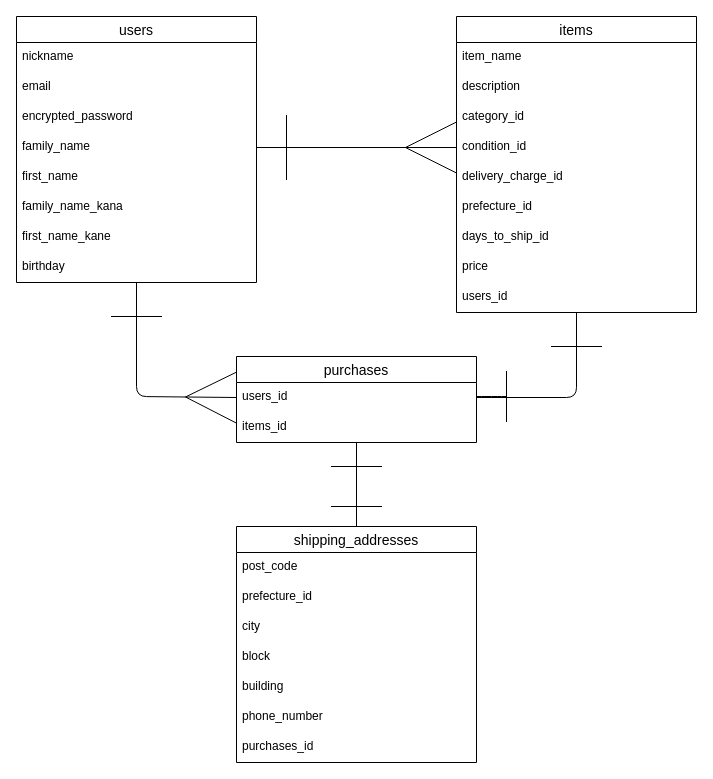
Above: furima.dio in shuichis929/furima-38456 (draw.io), before the change. Source tidied: cells renumbered, new cells numbered last; positions are measured from the earlier drawing's top-left corner, leaving out a move shared by most shapes. Both pictures are drawn from the tidied source at 100%, with x=0, y=0 at pixel (16, 16).
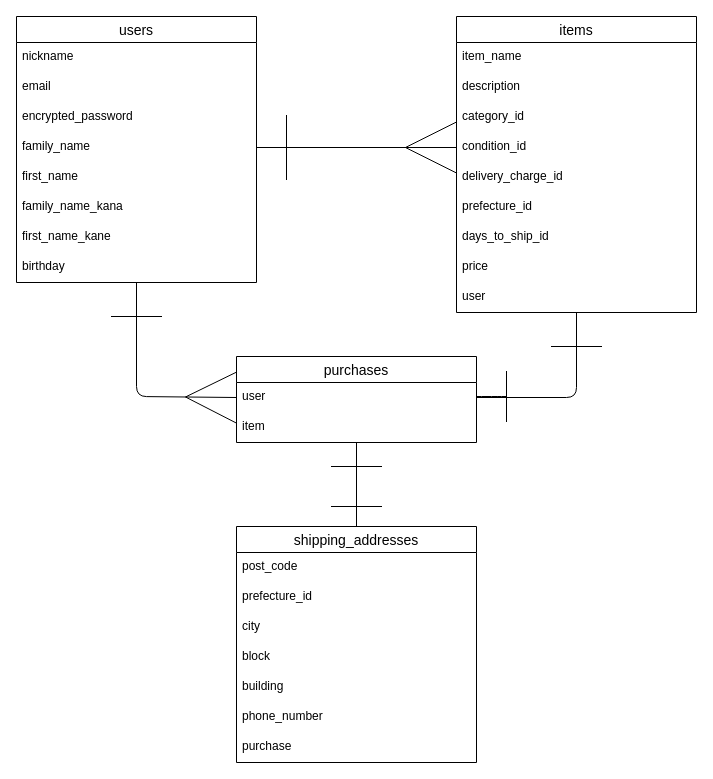
The same diagram, later.

The change refers to these unchanged cells:
```xml
<mxCell id="11" value="items" style="swimlane;fontStyle=0;horizontal=1;startSize=26;align=center;fontSize=14;" parent="1" vertex="1">
  <mxGeometry x="440" width="240" height="296" as="geometry" />
</mxCell>
<mxCell id="21" value="purchases" style="swimlane;fontStyle=0;horizontal=1;startSize=26;align=center;fontSize=14;" parent="1" vertex="1">
  <mxGeometry x="220" y="340" width="240" height="86" as="geometry" />
</mxCell>
<mxCell id="33" value="shipping_addresses" style="swimlane;fontStyle=0;horizontal=1;startSize=26;align=center;fontSize=14;labelBorderColor=none;fillColor=default;strokeColor=default;" parent="1" vertex="1">
  <mxGeometry x="220" y="510" width="240" height="236" as="geometry" />
</mxCell>
```

The edit, as a diff of the source:
```diff
@@
-    <mxCell id="20" value="users_id" style="text;strokeColor=none;fillColor=none;spacingLeft=4;spacingRight=4;overflow=hidden;points=[[0,0.5],[1,0.5]];portConstraint=eastwest;fontSize=12;" parent="11" vertex="1">
+    <mxCell id="20" value="user" style="text;strokeColor=none;fillColor=none;spacingLeft=4;spacingRight=4;overflow=hidden;points=[[0,0.5],[1,0.5]];portConstraint=eastwest;fontSize=12;" parent="11" vertex="1">
       <mxGeometry y="266" width="240" height="30" as="geometry" />
     </mxCell>
@@
-    <mxCell id="22" value="users_id" style="text;strokeColor=none;fillColor=none;spacingLeft=4;spacingRight=4;overflow=hidden;points=[[0,0.5],[1,0.5]];portConstraint=eastwest;fontSize=12;" parent="21" vertex="1">
+    <mxCell id="22" value="user" style="text;strokeColor=none;fillColor=none;spacingLeft=4;spacingRight=4;overflow=hidden;points=[[0,0.5],[1,0.5]];portConstraint=eastwest;fontSize=12;" parent="21" vertex="1">
       <mxGeometry y="26" width="240" height="30" as="geometry" />
     </mxCell>
-    <mxCell id="23" value="items_id" style="text;strokeColor=none;fillColor=none;spacingLeft=4;spacingRight=4;overflow=hidden;points=[[0,0.5],[1,0.5]];portConstraint=eastwest;fontSize=12;" parent="21" vertex="1">
+    <mxCell id="23" value="item" style="text;strokeColor=none;fillColor=none;spacingLeft=4;spacingRight=4;overflow=hidden;points=[[0,0.5],[1,0.5]];portConstraint=eastwest;fontSize=12;" parent="21" vertex="1">
       <mxGeometry y="56" width="240" height="30" as="geometry" />
     </mxCell>
@@
-    <mxCell id="40" value="purchases_id" style="text;strokeColor=none;fillColor=none;spacingLeft=4;spacingRight=4;overflow=hidden;fontSize=12;" parent="33" vertex="1">
+    <mxCell id="40" value="purchase" style="text;strokeColor=none;fillColor=none;spacingLeft=4;spacingRight=4;overflow=hidden;fontSize=12;" parent="33" vertex="1">
       <mxGeometry y="206" width="240" height="30" as="geometry" />
     </mxCell>
```
